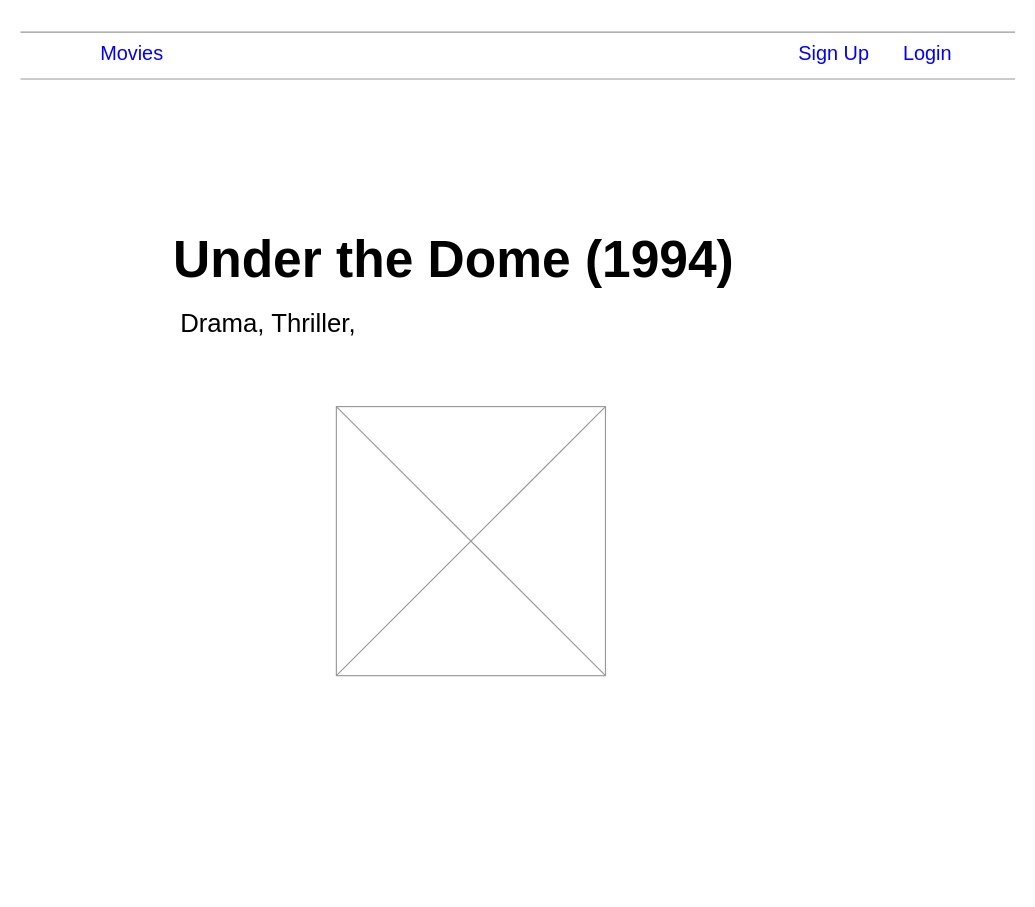
natank/diagrams keeps this draw.io diagram as page "Movie Data" (6 of 8) of Docs/Wireframe.drawio. Above is the earlier version. Source tidied: cells renumbered, new cells numbered last; positions are measured from the earlier drawing's top-left corner, leaving out a move shared by most shapes. Both pictures are drawn from the tidied source at 117%, with x=0, y=0 at pixel (20, 20).
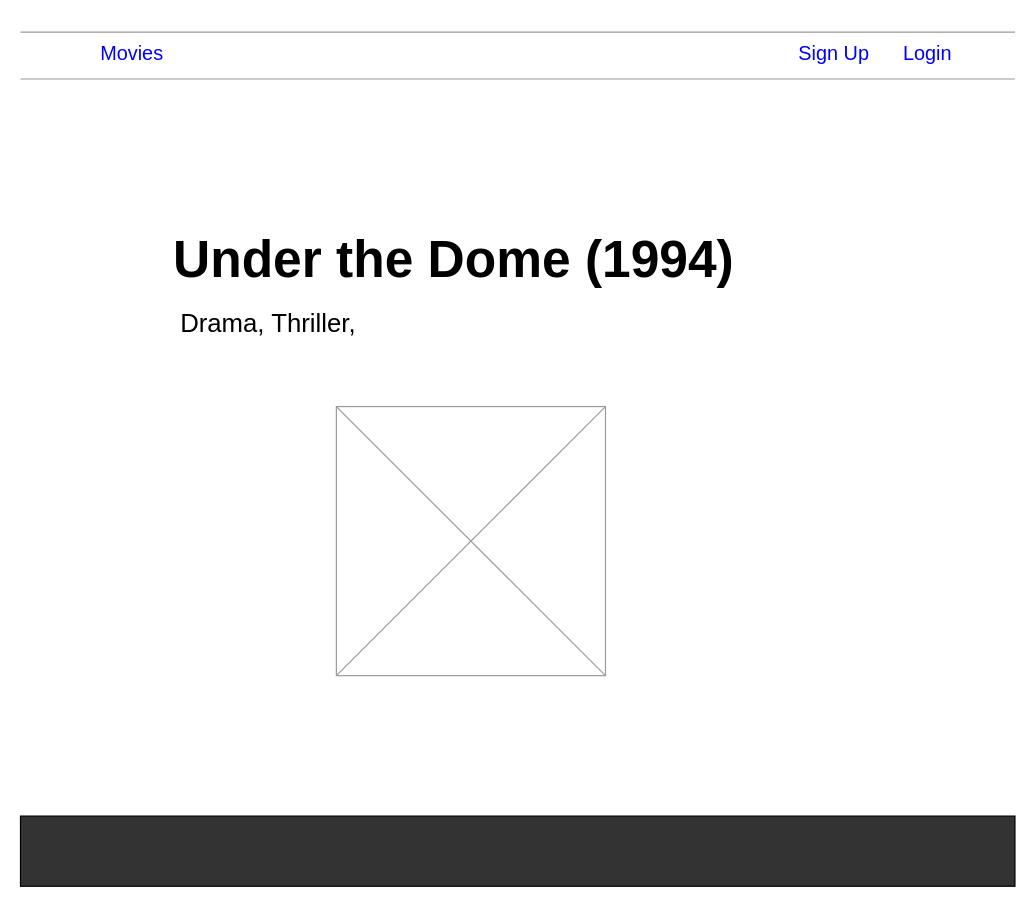
The same diagram, later.

The edit, as a diff of the source:
```diff
@@
 <mxGraphModel>
   <root>
     <mxCell id="0" />
     <mxCell id="1" parent="0" />
     <mxCell id="2" style="verticalLabelPosition=bottom;shadow=0;dashed=0;align=center;html=1;verticalAlign=top;strokeWidth=1;shape=mxgraph.mockup.markup.line;strokeColor=#999999;" parent="1" vertex="1">
       <mxGeometry width="850" height="20" as="geometry" />
     </mxCell>
     <mxCell id="3" style="verticalLabelPosition=bottom;shadow=0;dashed=0;align=center;html=1;verticalAlign=top;strokeWidth=1;shape=mxgraph.mockup.markup.line;strokeColor=#999999;" parent="1" vertex="1">
       <mxGeometry y="40" width="850" height="20" as="geometry" />
     </mxCell>
     <mxCell id="4" value="Movies" style="shape=rectangle;strokeColor=none;fillColor=none;linkText=;fontSize=17;fontColor=#0000ff;fontStyle=0;html=1;align=center;" parent="1" vertex="1">
       <mxGeometry x="50" y="14" width="90" height="30" as="geometry" />
     </mxCell>
     <mxCell id="5" value="Login" style="shape=rectangle;strokeColor=none;fillColor=none;linkText=;fontSize=17;fontColor=#0000ff;fontStyle=0;html=1;align=center;" parent="1" vertex="1">
       <mxGeometry x="730" y="14" width="90" height="30" as="geometry" />
     </mxCell>
     <mxCell id="6" value="Sign Up" style="shape=rectangle;strokeColor=none;fillColor=none;linkText=;fontSize=17;fontColor=#0000ff;fontStyle=0;html=1;align=center;" parent="1" vertex="1">
       <mxGeometry x="650" y="14" width="90" height="30" as="geometry" />
     </mxCell>
     <mxCell id="7" value="Under the Dome (1994)" style="text;strokeColor=none;fillColor=none;html=1;fontSize=44;fontStyle=1;verticalAlign=middle;align=center;" parent="1" vertex="1">
       <mxGeometry x="320" y="170" width="100" height="70.7" as="geometry" />
     </mxCell>
     <mxCell id="8" value="Drama, Thriller,&amp;nbsp;" style="text;html=1;strokeColor=none;fillColor=none;align=center;verticalAlign=middle;whiteSpace=wrap;rounded=0;fontSize=22;" parent="1" vertex="1">
       <mxGeometry x="130" y="250" width="170" height="20" as="geometry" />
     </mxCell>
     <mxCell id="9" style="verticalLabelPosition=bottom;shadow=0;dashed=0;align=center;html=1;verticalAlign=top;strokeWidth=1;shape=mxgraph.mockup.graphics.simpleIcon;strokeColor=#999999;fontSize=17;" parent="1" vertex="1">
       <mxGeometry x="270" y="330" width="230" height="230" as="geometry" />
     </mxCell>
+    <mxCell id="10" style="rounded=0;whiteSpace=wrap;html=1;sketch=0;align=left;labelBackgroundColor=#333333;fillColor=#333333;" parent="1" vertex="1">
+      <mxGeometry y="680" width="850" height="60" as="geometry" />
+    </mxCell>
   </root>
 </mxGraphModel>
```
